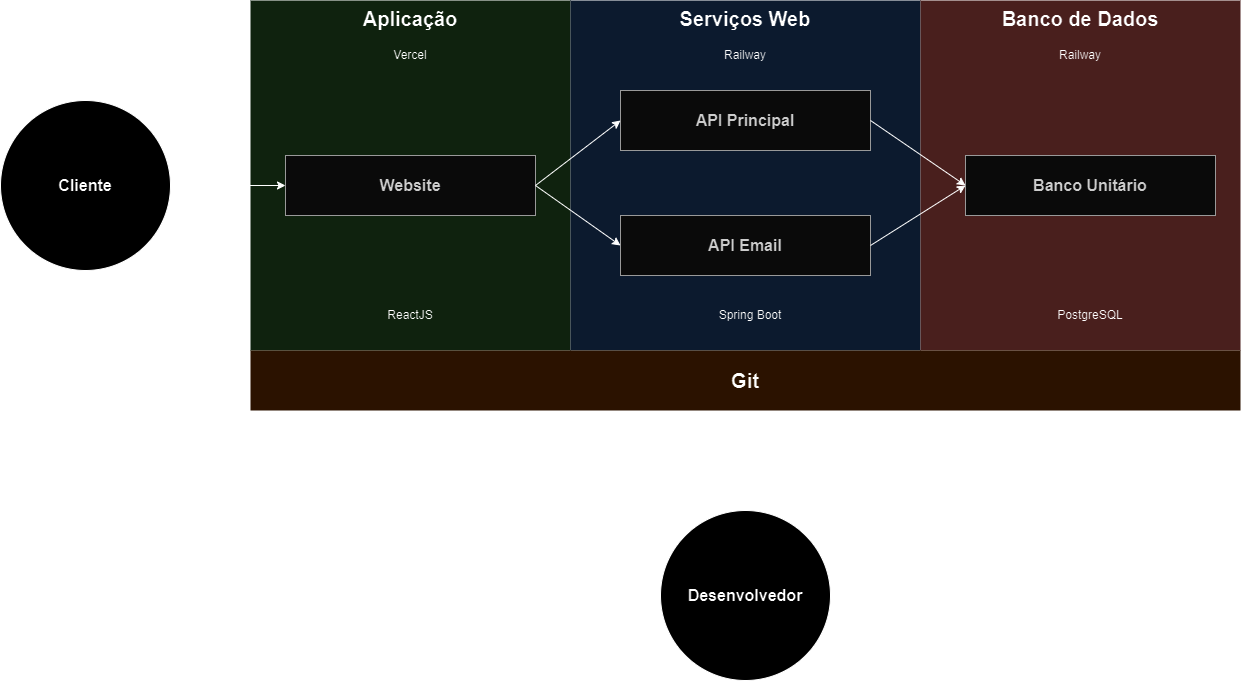
Above: profile/pictures/fluxo-aplicacao.png in IncluiDev/.github (draw.io), before the change. Source tidied: cells renumbered, new cells last; positions are measured from the earlier drawing's top-left corner, leaving out a move shared by most shapes. Its diagram source:
```xml
<mxGraphModel>
  <root>
    <mxCell id="0" />
    <mxCell id="1" parent="0" />
    <mxCell id="2" value="Aplicação" style="rounded=0;whiteSpace=wrap;html=1;fillColor=#d5e8d4;strokeColor=none;align=center;verticalAlign=top;fontStyle=1;fontSize=20;fontColor=default;" parent="1" vertex="1">
      <mxGeometry x="250" width="320" height="350" as="geometry" />
    </mxCell>
    <mxCell id="3" value="Website" style="rounded=0;whiteSpace=wrap;html=1;strokeColor=#666666;fillColor=#f5f5f5;fontColor=#333333;fontStyle=1;fontFamily=Helvetica;fontSize=16;" parent="1" vertex="1">
      <mxGeometry x="285" y="155" width="250" height="60" as="geometry" />
    </mxCell>
    <mxCell id="4" value="&lt;div&gt;&lt;span style=&quot;background-color: initial;&quot;&gt;Serviços&amp;nbsp;&lt;/span&gt;&lt;span style=&quot;background-color: initial;&quot;&gt;Web&lt;/span&gt;&lt;br&gt;&lt;/div&gt;" style="rounded=0;whiteSpace=wrap;html=1;fillColor=#dae8fc;strokeColor=none;align=center;verticalAlign=top;fontStyle=1;fontSize=20;" parent="1" vertex="1">
      <mxGeometry x="570" width="350" height="350" as="geometry" />
    </mxCell>
    <mxCell id="5" value="API Principal" style="rounded=0;whiteSpace=wrap;html=1;fillColor=#f5f5f5;fontColor=#333333;strokeColor=#666666;fontSize=16;fontStyle=1;" parent="1" vertex="1">
      <mxGeometry x="620" y="90" width="250" height="60" as="geometry" />
    </mxCell>
    <mxCell id="6" value="API Email" style="rounded=0;whiteSpace=wrap;html=1;fillColor=#f5f5f5;fontColor=#333333;strokeColor=#666666;fontSize=16;fontStyle=1;" parent="1" vertex="1">
      <mxGeometry x="620" y="215" width="250" height="60" as="geometry" />
    </mxCell>
    <mxCell id="7" value="Banco de Dados" style="rounded=0;whiteSpace=wrap;html=1;fillColor=#f8cecc;strokeColor=none;align=center;verticalAlign=top;fontStyle=1;fontSize=20;" parent="1" vertex="1">
      <mxGeometry x="920" width="320" height="350" as="geometry" />
    </mxCell>
    <mxCell id="8" value="Banco Unitário" style="rounded=0;whiteSpace=wrap;html=1;fillColor=#f5f5f5;fontColor=#333333;strokeColor=#666666;fontStyle=1;fontSize=16;" parent="1" vertex="1">
      <mxGeometry x="965" y="155" width="250" height="60" as="geometry" />
    </mxCell>
    <mxCell id="9" style="endArrow=classic;html=1;rounded=0;exitX=1;exitY=0.5;exitDx=0;exitDy=0;entryX=0;entryY=0.5;entryDx=0;entryDy=0;" parent="1" edge="1" source="3" target="5">
      <mxGeometry relative="1" as="geometry" />
    </mxCell>
    <mxCell id="10" style="endArrow=classic;html=1;rounded=0;exitX=1;exitY=0.5;exitDx=0;exitDy=0;entryX=0;entryY=0.5;entryDx=0;entryDy=0;" parent="1" edge="1" source="3" target="6">
      <mxGeometry relative="1" as="geometry" />
    </mxCell>
    <mxCell id="11" style="endArrow=classic;html=1;rounded=0;exitX=1;exitY=0.5;exitDx=0;exitDy=0;entryX=0;entryY=0.5;entryDx=0;entryDy=0;" parent="1" edge="1" source="5" target="8">
      <mxGeometry relative="1" as="geometry" />
    </mxCell>
    <mxCell id="12" style="endArrow=classic;html=1;rounded=0;exitX=1;exitY=0.5;exitDx=0;exitDy=0;entryX=0;entryY=0.5;entryDx=0;entryDy=0;" parent="1" edge="1" source="6" target="8">
      <mxGeometry relative="1" as="geometry" />
    </mxCell>
    <mxCell id="13" value="Git" style="rounded=0;whiteSpace=wrap;html=1;fillColor=#ffe6cc;strokeColor=none;fontSize=20;fontStyle=1;" parent="1" vertex="1">
      <mxGeometry x="250" y="350" width="990" height="60" as="geometry" />
    </mxCell>
    <mxCell id="14" value="Cliente" style="ellipse;whiteSpace=wrap;html=1;fontSize=16;fontStyle=1;" parent="1" vertex="1">
      <mxGeometry y="100" width="170" height="170" as="geometry" />
    </mxCell>
    <mxCell id="15" value="Desenvolvedor" style="ellipse;whiteSpace=wrap;html=1;fontStyle=1;fontSize=16;" parent="1" vertex="1">
      <mxGeometry x="660" y="510" width="170" height="170" as="geometry" />
    </mxCell>
    <mxCell id="16" style="endArrow=classic;html=1;rounded=0;exitX=1;exitY=0.5;exitDx=0;exitDy=0;entryX=0;entryY=0.5;entryDx=0;entryDy=0;" parent="1" edge="1" source="14" target="3">
      <mxGeometry relative="1" as="geometry" />
    </mxCell>
    <mxCell id="17" style="endArrow=classic;html=1;rounded=0;exitX=0.5;exitY=0;exitDx=0;exitDy=0;entryX=0.5;entryY=1;entryDx=0;entryDy=0;" parent="1" edge="1" source="15" target="13">
      <mxGeometry relative="1" as="geometry" />
    </mxCell>
    <mxCell id="18" value="ReactJS" style="text;html=1;align=center;verticalAlign=middle;whiteSpace=wrap;rounded=0;" parent="1" vertex="1">
      <mxGeometry x="380" y="300" width="60" height="30" as="geometry" />
    </mxCell>
    <mxCell id="19" value="Spring Boot" style="text;html=1;align=center;verticalAlign=middle;whiteSpace=wrap;rounded=0;" parent="1" vertex="1">
      <mxGeometry x="705" y="300" width="90" height="30" as="geometry" />
    </mxCell>
    <mxCell id="20" value="PostgreSQL" style="text;html=1;align=center;verticalAlign=middle;whiteSpace=wrap;rounded=0;" parent="1" vertex="1">
      <mxGeometry x="1045" y="300" width="90" height="30" as="geometry" />
    </mxCell>
    <mxCell id="21" value="Railway" style="text;html=1;align=center;verticalAlign=middle;whiteSpace=wrap;rounded=0;" parent="1" vertex="1">
      <mxGeometry x="1035" y="40" width="90" height="30" as="geometry" />
    </mxCell>
    <mxCell id="22" value="Railway" style="text;html=1;align=center;verticalAlign=middle;whiteSpace=wrap;rounded=0;" parent="1" vertex="1">
      <mxGeometry x="700" y="40" width="90" height="30" as="geometry" />
    </mxCell>
    <mxCell id="23" value="Vercel" style="text;html=1;align=center;verticalAlign=middle;whiteSpace=wrap;rounded=0;" parent="1" vertex="1">
      <mxGeometry x="365" y="40" width="90" height="30" as="geometry" />
    </mxCell>
  </root>
</mxGraphModel>
```
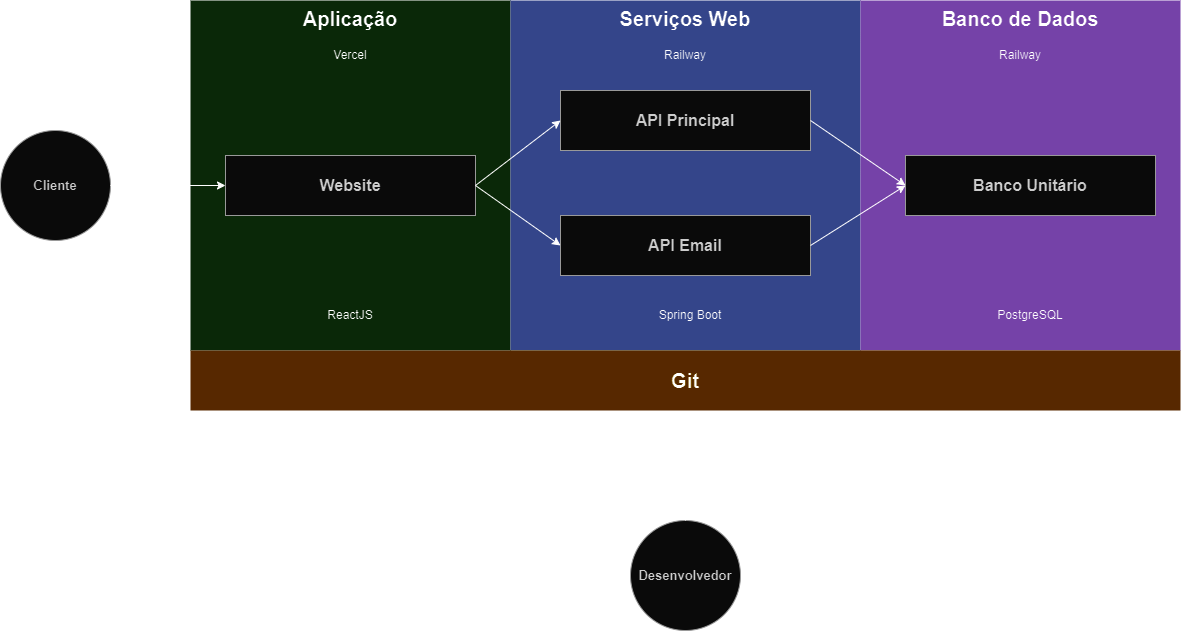
Later version of the same file.

The edit, as a diff of the source:
```diff
@@ -2,13 +2,13 @@
   <root>
     <mxCell id="0" />
     <mxCell id="1" parent="0" />
-    <mxCell id="2" value="Aplicação" style="rounded=0;whiteSpace=wrap;html=1;fillColor=#d5e8d4;strokeColor=none;align=center;verticalAlign=top;fontStyle=1;fontSize=20;fontColor=default;" parent="1" vertex="1">
+    <mxCell id="2" value="Aplicação" style="rounded=0;whiteSpace=wrap;html=1;fillColor=#CAE8C8;strokeColor=none;align=center;verticalAlign=top;fontStyle=1;fontSize=20;fontColor=default;" parent="1" vertex="1">
       <mxGeometry x="250" width="320" height="350" as="geometry" />
     </mxCell>
     <mxCell id="3" value="Website" style="rounded=0;whiteSpace=wrap;html=1;strokeColor=#666666;fillColor=#f5f5f5;fontColor=#333333;fontStyle=1;fontFamily=Helvetica;fontSize=16;" parent="1" vertex="1">
       <mxGeometry x="285" y="155" width="250" height="60" as="geometry" />
     </mxCell>
-    <mxCell id="4" value="&lt;div&gt;&lt;span style=&quot;background-color: initial;&quot;&gt;Serviços&amp;nbsp;&lt;/span&gt;&lt;span style=&quot;background-color: initial;&quot;&gt;Web&lt;/span&gt;&lt;br&gt;&lt;/div&gt;" style="rounded=0;whiteSpace=wrap;html=1;fillColor=#dae8fc;strokeColor=none;align=center;verticalAlign=top;fontStyle=1;fontSize=20;" parent="1" vertex="1">
+    <mxCell id="4" value="&lt;div&gt;&lt;span style=&quot;background-color: initial;&quot;&gt;Serviços&amp;nbsp;&lt;/span&gt;&lt;span style=&quot;background-color: initial;&quot;&gt;Web&lt;/span&gt;&lt;br&gt;&lt;/div&gt;" style="rounded=0;whiteSpace=wrap;html=1;fillColor=#A6B7FC;strokeColor=none;align=center;verticalAlign=top;fontStyle=1;fontSize=20;" parent="1" vertex="1">
       <mxGeometry x="570" width="350" height="350" as="geometry" />
     </mxCell>
     <mxCell id="5" value="API Principal" style="rounded=0;whiteSpace=wrap;html=1;fillColor=#f5f5f5;fontColor=#333333;strokeColor=#666666;fontSize=16;fontStyle=1;" parent="1" vertex="1">
@@ -17,7 +17,7 @@
     <mxCell id="6" value="API Email" style="rounded=0;whiteSpace=wrap;html=1;fillColor=#f5f5f5;fontColor=#333333;strokeColor=#666666;fontSize=16;fontStyle=1;" parent="1" vertex="1">
       <mxGeometry x="620" y="215" width="250" height="60" as="geometry" />
     </mxCell>
-    <mxCell id="7" value="Banco de Dados" style="rounded=0;whiteSpace=wrap;html=1;fillColor=#f8cecc;strokeColor=none;align=center;verticalAlign=top;fontStyle=1;fontSize=20;" parent="1" vertex="1">
+    <mxCell id="7" value="Banco de Dados" style="rounded=0;whiteSpace=wrap;html=1;fillColor=#CC99FF;strokeColor=none;align=center;verticalAlign=top;fontStyle=1;fontSize=20;" parent="1" vertex="1">
       <mxGeometry x="920" width="320" height="350" as="geometry" />
     </mxCell>
     <mxCell id="8" value="Banco Unitário" style="rounded=0;whiteSpace=wrap;html=1;fillColor=#f5f5f5;fontColor=#333333;strokeColor=#666666;fontStyle=1;fontSize=16;" parent="1" vertex="1">
@@ -35,14 +35,14 @@
     <mxCell id="12" style="endArrow=classic;html=1;rounded=0;exitX=1;exitY=0.5;exitDx=0;exitDy=0;entryX=0;entryY=0.5;entryDx=0;entryDy=0;" parent="1" edge="1" source="6" target="8">
       <mxGeometry relative="1" as="geometry" />
     </mxCell>
-    <mxCell id="13" value="Git" style="rounded=0;whiteSpace=wrap;html=1;fillColor=#ffe6cc;strokeColor=none;fontSize=20;fontStyle=1;" parent="1" vertex="1">
+    <mxCell id="13" value="Git" style="rounded=0;whiteSpace=wrap;html=1;fillColor=#FFD073;strokeColor=none;fontSize=20;fontStyle=1;" parent="1" vertex="1">
       <mxGeometry x="250" y="350" width="990" height="60" as="geometry" />
     </mxCell>
-    <mxCell id="14" value="Cliente" style="ellipse;whiteSpace=wrap;html=1;fontSize=16;fontStyle=1;" parent="1" vertex="1">
-      <mxGeometry y="100" width="170" height="170" as="geometry" />
+    <mxCell id="14" value="Cliente" style="ellipse;whiteSpace=wrap;html=1;fontSize=13;fontStyle=1;fillColor=#f5f5f5;fontColor=#333333;strokeColor=#666666;" parent="1" vertex="1">
+      <mxGeometry x="60" y="130" width="110" height="110" as="geometry" />
     </mxCell>
-    <mxCell id="15" value="Desenvolvedor" style="ellipse;whiteSpace=wrap;html=1;fontStyle=1;fontSize=16;" parent="1" vertex="1">
-      <mxGeometry x="660" y="510" width="170" height="170" as="geometry" />
+    <mxCell id="15" value="Desenvolvedor" style="ellipse;whiteSpace=wrap;html=1;fontStyle=1;fontSize=13;fillColor=#f5f5f5;fontColor=#333333;strokeColor=#666666;" parent="1" vertex="1">
+      <mxGeometry x="690" y="520" width="110" height="110" as="geometry" />
     </mxCell>
     <mxCell id="16" style="endArrow=classic;html=1;rounded=0;exitX=1;exitY=0.5;exitDx=0;exitDy=0;entryX=0;entryY=0.5;entryDx=0;entryDy=0;" parent="1" edge="1" source="14" target="3">
       <mxGeometry relative="1" as="geometry" />
```
